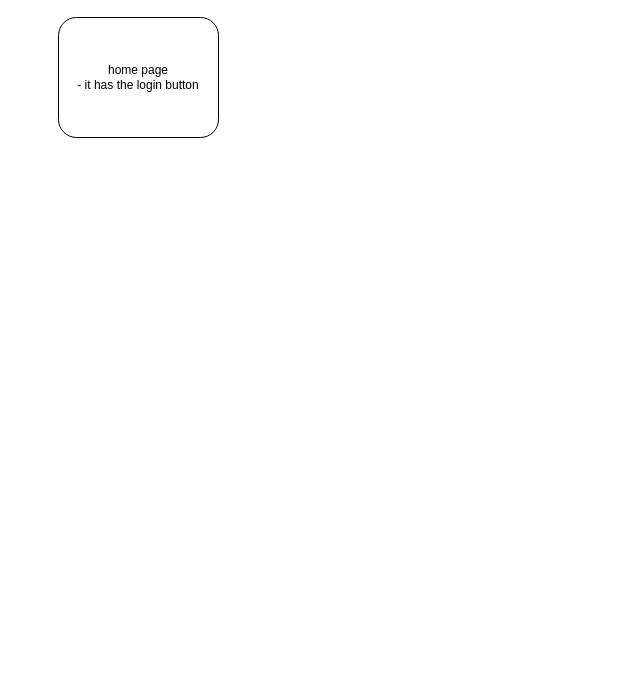
Earlier version of the draw.io diagram flat-trade-app.drawio (appsparkler/draw.io). Source tidied: cells renumbered, new cells numbered last; positions are measured from the earlier drawing's top-left corner, leaving out a move shared by most shapes. Both pictures are drawn from the tidied source at 100%, with x=0, y=0 at pixel (58, 17).
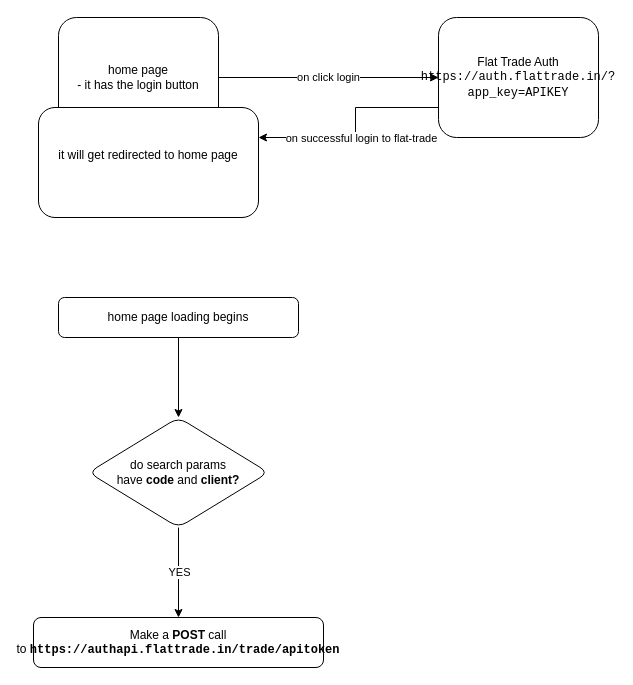
The same diagram, later.

What changed in the source:
```diff
@@
 <mxGraphModel>
   <root>
     <mxCell id="0" />
     <mxCell id="1" parent="0" />
+    <mxCell id="3" value="on click login" style="edgeStyle=orthogonalEdgeStyle;rounded=0;jettySize=auto;html=1;" parent="1" edge="1" source="2" target="6">
+      <mxGeometry relative="1" as="geometry" />
+    </mxCell>
     <mxCell id="2" value="home page&lt;br&gt;- it has the login button" style="rounded=1;whiteSpace=wrap;html=1;" parent="1" vertex="1">
       <mxGeometry width="160" height="120" as="geometry" />
     </mxCell>
+    <mxCell id="4" style="edgeStyle=orthogonalEdgeStyle;rounded=0;jettySize=auto;html=1;" parent="1" edge="1" source="6" target="7">
+      <mxGeometry relative="1" as="geometry">
+        <Array as="points">
+          <mxPoint x="297" y="90" />
+          <mxPoint x="297" y="120" />
+        </Array>
+      </mxGeometry>
+    </mxCell>
+    <mxCell id="5" value="on successful login to flat-trade" style="edgeLabel;html=1;align=center;verticalAlign=middle;" parent="4" vertex="1">
+      <mxGeometry x="0.24" y="2" relative="1" as="geometry">
+        <mxPoint x="22" y="-2" as="offset" />
+      </mxGeometry>
+    </mxCell>
+    <mxCell id="6" value="Flat Trade Auth&lt;br&gt;&lt;code class=&quot;higlighted&quot;&gt;https://auth.flattrade.in/?app_key=APIKEY&lt;/code&gt;" style="rounded=1;whiteSpace=wrap;html=1;" parent="1" vertex="1">
+      <mxGeometry x="380" width="160" height="120" as="geometry" />
+    </mxCell>
+    <mxCell id="7" value="it will get redirected to home page&lt;div&gt;&lt;br/&gt;&lt;/div&gt;" style="whiteSpace=wrap;html=1;rounded=1;" parent="1" vertex="1">
+      <mxGeometry x="-20" y="90" width="220" height="110" as="geometry" />
+    </mxCell>
+    <mxCell id="8" style="edgeStyle=orthogonalEdgeStyle;rounded=0;jettySize=auto;html=1;" parent="1" edge="1" source="9" target="12">
+      <mxGeometry relative="1" as="geometry" />
+    </mxCell>
+    <mxCell id="9" value="home page loading begins" style="rounded=1;whiteSpace=wrap;html=1;" parent="1" vertex="1">
+      <mxGeometry y="280" width="240" height="40" as="geometry" />
+    </mxCell>
+    <mxCell id="10" style="edgeStyle=orthogonalEdgeStyle;rounded=0;jettySize=auto;html=1;" parent="1" edge="1" source="12" target="13">
+      <mxGeometry relative="1" as="geometry" />
+    </mxCell>
+    <mxCell id="11" value="YES" style="edgeLabel;html=1;align=center;verticalAlign=middle;" parent="10" vertex="1">
+      <mxGeometry x="-0.2" y="2" relative="1" as="geometry">
+        <mxPoint x="-2" y="8" as="offset" />
+      </mxGeometry>
+    </mxCell>
+    <mxCell id="12" value="do search params have&amp;nbsp;&lt;b&gt;code&lt;/b&gt;&amp;nbsp;and&amp;nbsp;&lt;b&gt;client?&lt;/b&gt;" style="rhombus;whiteSpace=wrap;html=1;shapeInside=1;rounded=1;" parent="1" vertex="1">
+      <mxGeometry x="30" y="400" width="180" height="110" as="geometry" />
+    </mxCell>
+    <mxCell id="13" value="Make a &lt;b&gt;POST&lt;/b&gt; call to&amp;nbsp;&lt;code class=&quot;higlighted&quot;&gt;&lt;b&gt;https://authapi.flattrade.in/trade/apitoken&lt;/b&gt;&lt;/code&gt;" style="whiteSpace=wrap;html=1;rounded=1;" parent="1" vertex="1">
+      <mxGeometry x="-25" y="600" width="290" height="50" as="geometry" />
+    </mxCell>
   </root>
 </mxGraphModel>
```
